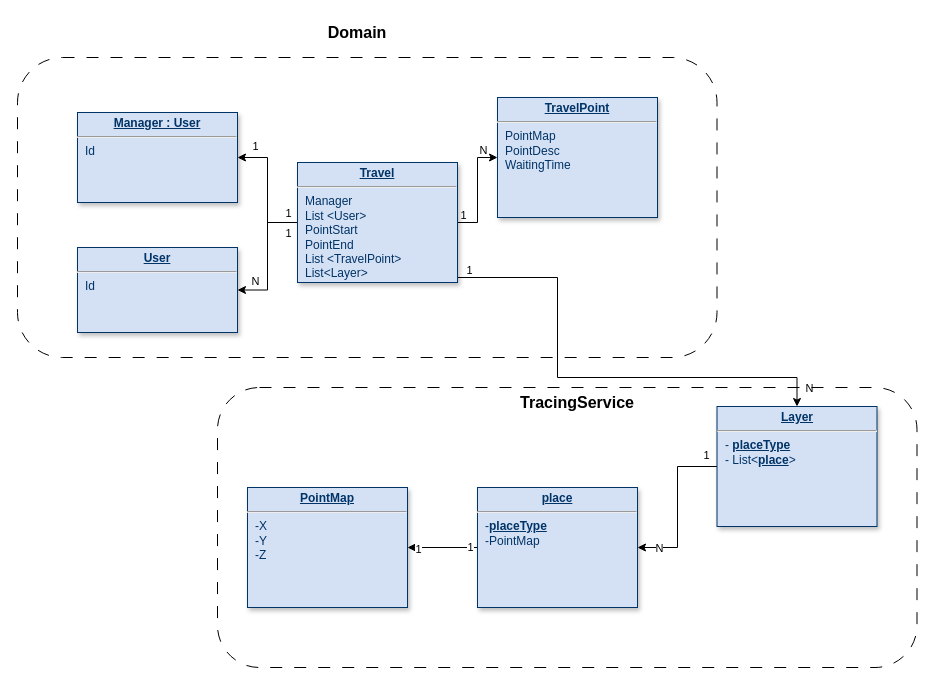
This is page "TravelСard" (4 of 7) of Team-Pragmatics-Otus.drawio from AATerekhov/Team-Pragmatics-Otus, a draw.io file, before an edit. Source tidied: cells renumbered, new cells numbered last; positions are measured from the earlier drawing's top-left corner, leaving out a move shared by most shapes. Both pictures are drawn from the tidied source at 100%, with x=0, y=0 at pixel (17, 17).
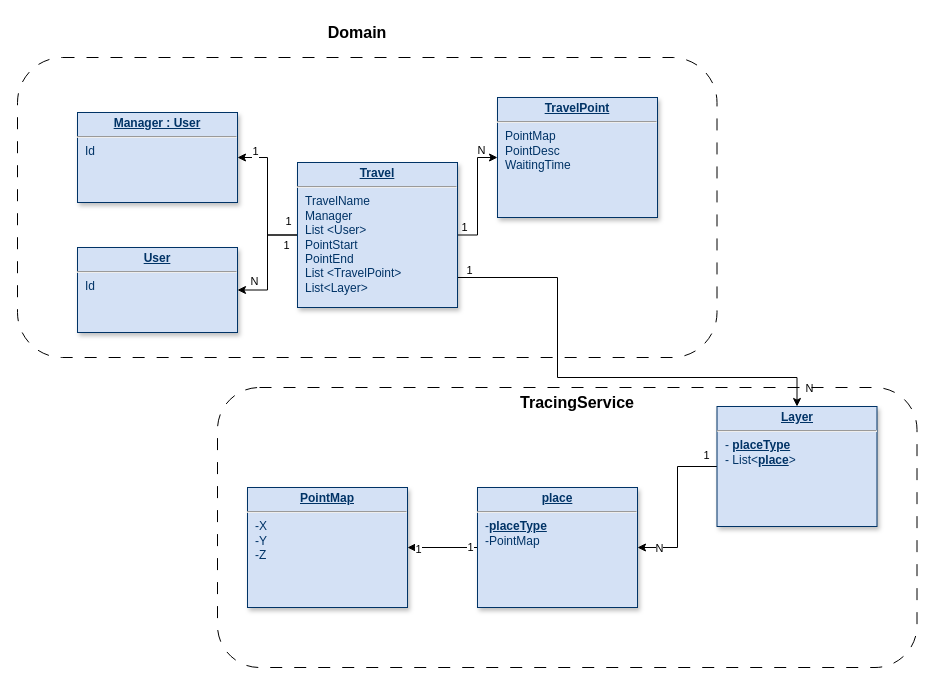
The same page after the edit.

Change to the diagram source:
```diff
@@
-    <mxCell id="14" value="&lt;p style=&quot;margin: 0px; margin-top: 4px; text-align: center; text-decoration: underline;&quot;&gt;&lt;strong&gt;Travel&lt;/strong&gt;&lt;/p&gt;&lt;hr&gt;&lt;p style=&quot;margin: 0px; margin-left: 8px;&quot;&gt;Manager&lt;br&gt;List &amp;lt;User&amp;gt;&lt;/p&gt;&lt;p style=&quot;margin: 0px; margin-left: 8px;&quot;&gt;PointStart&lt;/p&gt;&lt;p style=&quot;margin: 0px; margin-left: 8px;&quot;&gt;PointEnd&lt;/p&gt;&lt;p style=&quot;margin: 0px; margin-left: 8px;&quot;&gt;List &amp;lt;TravelPoint&amp;gt;&lt;/p&gt;&lt;p style=&quot;margin: 0px; margin-left: 8px;&quot;&gt;List&amp;lt;Layer&amp;gt;&lt;/p&gt;" style="verticalAlign=top;align=left;overflow=fill;fontSize=12;fontFamily=Helvetica;html=1;strokeColor=#003366;shadow=1;fillColor=#D4E1F5;fontColor=#003366;" parent="1" vertex="1">
-      <mxGeometry x="280" y="145" width="160" height="120" as="geometry" />
+    <mxCell id="14" value="&lt;p style=&quot;margin: 0px; margin-top: 4px; text-align: center; text-decoration: underline;&quot;&gt;&lt;strong&gt;Travel&lt;/strong&gt;&lt;/p&gt;&lt;hr&gt;&lt;p style=&quot;margin: 0px; margin-left: 8px;&quot;&gt;TravelName&lt;/p&gt;&lt;p style=&quot;margin: 0px; margin-left: 8px;&quot;&gt;Manager&lt;br&gt;List &amp;lt;User&amp;gt;&lt;/p&gt;&lt;p style=&quot;margin: 0px; margin-left: 8px;&quot;&gt;PointStart&lt;/p&gt;&lt;p style=&quot;margin: 0px; margin-left: 8px;&quot;&gt;PointEnd&lt;/p&gt;&lt;p style=&quot;margin: 0px; margin-left: 8px;&quot;&gt;List &amp;lt;TravelPoint&amp;gt;&lt;/p&gt;&lt;p style=&quot;margin: 0px; margin-left: 8px;&quot;&gt;List&amp;lt;Layer&amp;gt;&lt;/p&gt;" style="verticalAlign=top;align=left;overflow=fill;fontSize=12;fontFamily=Helvetica;html=1;strokeColor=#003366;shadow=1;fillColor=#D4E1F5;fontColor=#003366;" parent="1" vertex="1">
+      <mxGeometry x="280" y="145" width="160" height="145" as="geometry" />
     </mxCell>
```
